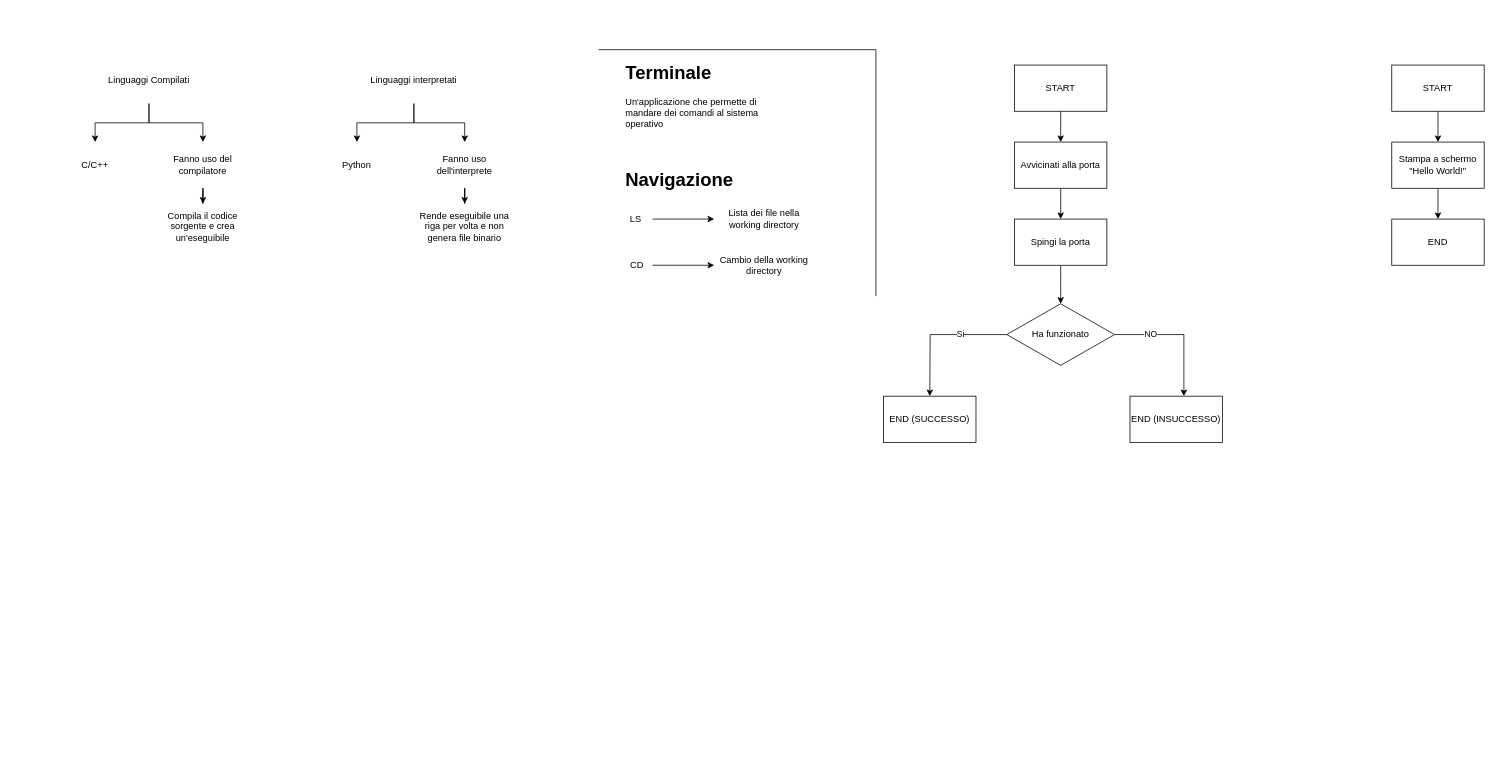
This is C/lezione1/Untitled Diagram.drawio from 2mattialcomputer/tutorial, a draw.io file, before an edit. Source tidied: cells renumbered, new cells numbered last; positions are measured from the earlier drawing's top-left corner, leaving out a move shared by most shapes. Both pictures are drawn from the tidied source at 77%, with x=0, y=0 at pixel (49, 49).
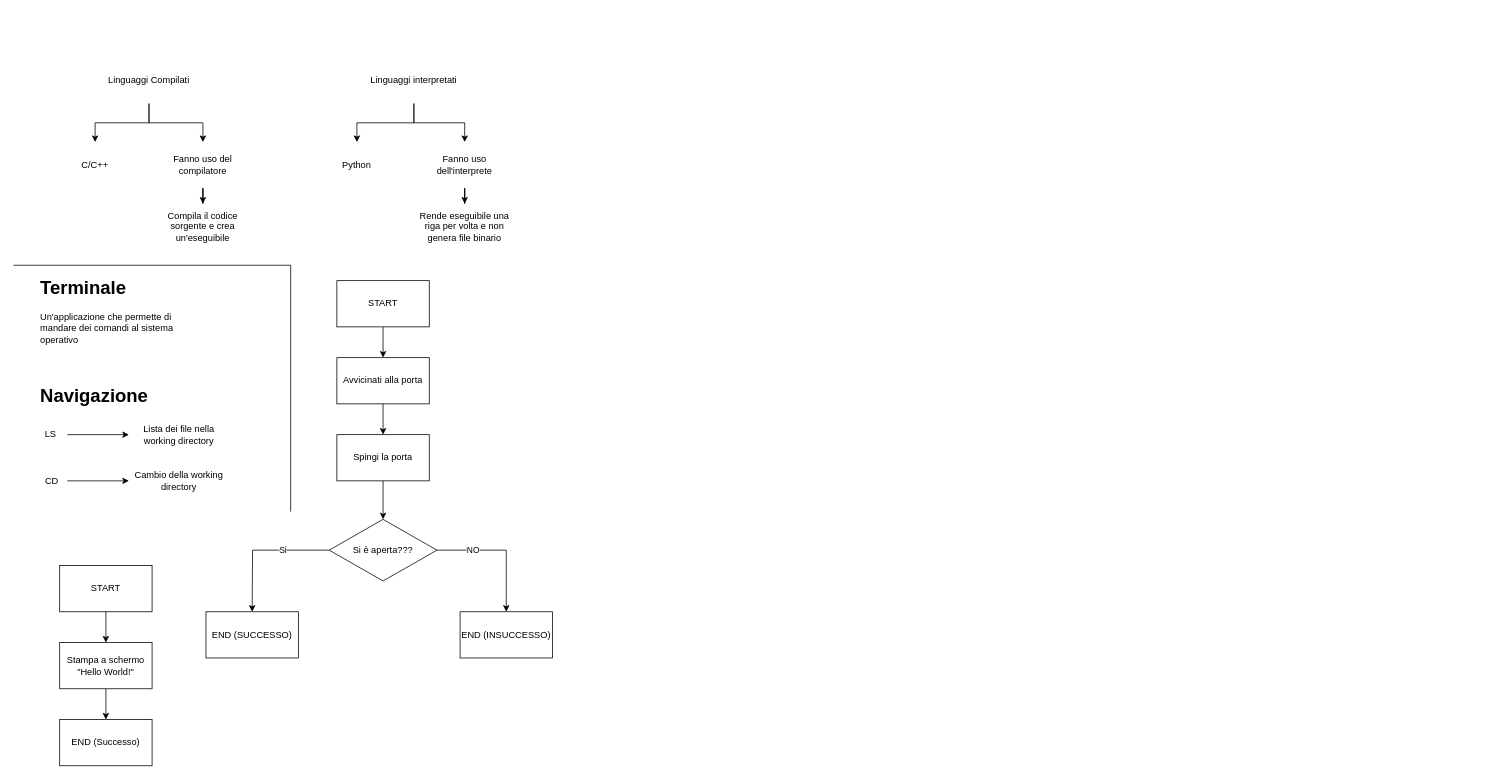
After the change.

The edit, as a diff of the source:
```diff
@@
     <mxCell id="16" value="&lt;h1&gt;Terminale&lt;/h1&gt;&lt;p&gt;Un'applicazione che permette di mandare dei comandi al sistema operativo&lt;/p&gt;" style="text;html=1;strokeColor=none;fillColor=none;spacing=5;spacingTop=-20;whiteSpace=wrap;overflow=hidden;rounded=0;" parent="1" vertex="1">
-      <mxGeometry x="744" y="10" width="190" height="120" as="geometry" />
+      <mxGeometry x="-16" y="290" width="190" height="120" as="geometry" />
     </mxCell>
@@
     <mxCell id="18" value="LS&amp;nbsp;" style="text;html=1;strokeColor=none;fillColor=none;align=center;verticalAlign=middle;whiteSpace=wrap;rounded=0;" parent="1" vertex="1">
-      <mxGeometry x="744" y="210" width="40" height="20" as="geometry" />
+      <mxGeometry x="-16" y="490" width="40" height="20" as="geometry" />
     </mxCell>
     <mxCell id="19" value="Lista dei file nella working directory" style="text;html=1;strokeColor=none;fillColor=none;align=center;verticalAlign=middle;whiteSpace=wrap;rounded=0;" parent="1" vertex="1">
-      <mxGeometry x="864" y="210" width="130" height="20" as="geometry" />
+      <mxGeometry x="104" y="490" width="130" height="20" as="geometry" />
     </mxCell>
@@
     <mxCell id="21" value="CD" style="text;html=1;strokeColor=none;fillColor=none;align=center;verticalAlign=middle;whiteSpace=wrap;rounded=0;" parent="1" vertex="1">
-      <mxGeometry x="744" y="270" width="40" height="20" as="geometry" />
+      <mxGeometry x="-16" y="550" width="40" height="20" as="geometry" />
     </mxCell>
     <mxCell id="22" value="Cambio della working directory" style="text;html=1;strokeColor=none;fillColor=none;align=center;verticalAlign=middle;whiteSpace=wrap;rounded=0;" parent="1" vertex="1">
-      <mxGeometry x="864" y="270" width="130" height="20" as="geometry" />
+      <mxGeometry x="104" y="550" width="130" height="20" as="geometry" />
     </mxCell>
     <mxCell id="23" value="&lt;h1&gt;Navigazione&lt;/h1&gt;" style="text;html=1;strokeColor=none;fillColor=none;spacing=5;spacingTop=-20;whiteSpace=wrap;overflow=hidden;rounded=0;" parent="1" vertex="1">
-      <mxGeometry x="744" y="150" width="190" height="40" as="geometry" />
+      <mxGeometry x="-16" y="430" width="190" height="40" as="geometry" />
     </mxCell>
     <mxCell id="24" style="endArrow=none;html=1;" parent="1" edge="1">
       <mxGeometry relative="1" as="geometry">
-        <mxPoint x="1074" y="320" as="sourcePoint" />
-        <mxPoint x="1074" as="targetPoint" />
+        <mxPoint x="314" y="600" as="sourcePoint" />
+        <mxPoint x="314" y="280" as="targetPoint" />
       </mxGeometry>
     </mxCell>
     <mxCell id="25" style="endArrow=none;html=1;" parent="1" edge="1">
       <mxGeometry relative="1" as="geometry">
-        <mxPoint x="714" as="sourcePoint" />
-        <mxPoint x="1074" as="targetPoint" />
+        <mxPoint x="-46" y="280" as="sourcePoint" />
+        <mxPoint x="314" y="280" as="targetPoint" />
       </mxGeometry>
     </mxCell>
@@
     <mxCell id="27" value="START" style="rounded=0;whiteSpace=wrap;html=1;" parent="1" vertex="1">
-      <mxGeometry x="1254" y="20" width="120" height="60" as="geometry" />
+      <mxGeometry x="374" y="300" width="120" height="60" as="geometry" />
     </mxCell>
@@
     <mxCell id="29" value="Avvicinati alla porta" style="rounded=0;whiteSpace=wrap;html=1;" parent="1" vertex="1">
-      <mxGeometry x="1254" y="120" width="120" height="60" as="geometry" />
+      <mxGeometry x="374" y="400" width="120" height="60" as="geometry" />
     </mxCell>
     <mxCell id="30" style="edgeStyle=orthogonalEdgeStyle;rounded=0;jettySize=auto;html=1;" parent="1" edge="1" source="31">
       <mxGeometry relative="1" as="geometry">
-        <mxPoint x="1314" y="330" as="targetPoint" />
+        <mxPoint x="434" y="610" as="targetPoint" />
       </mxGeometry>
     </mxCell>
     <mxCell id="31" value="Spingi la porta" style="rounded=0;whiteSpace=wrap;html=1;" parent="1" vertex="1">
-      <mxGeometry x="1254" y="220" width="120" height="60" as="geometry" />
+      <mxGeometry x="374" y="500" width="120" height="60" as="geometry" />
     </mxCell>
     <mxCell id="32" value="Si" style="edgeStyle=orthogonalEdgeStyle;rounded=0;jettySize=auto;html=1;" parent="1" edge="1" source="34">
       <mxGeometry x="-0.33" relative="1" as="geometry">
-        <mxPoint x="1144" y="450" as="targetPoint" />
+        <mxPoint x="264" y="730" as="targetPoint" />
       </mxGeometry>
     </mxCell>
-    <mxCell id="33" value="NO" style="edgeStyle=orthogonalEdgeStyle;rounded=0;jettySize=auto;html=1;" parent="1" edge="1" source="34" target="36">
+    <mxCell id="33" value="NO" style="edgeStyle=orthogonalEdgeStyle;rounded=0;jettySize=auto;html=1;" parent="1" edge="1" source="34">
       <mxGeometry x="-0.44" relative="1" as="geometry">
+        <mxPoint x="594" y="730" as="targetPoint" />
         <Array as="points">
-          <mxPoint x="1474" y="370" />
+          <mxPoint x="594" y="650" />
         </Array>
         <mxPoint x="-1" as="offset" />
       </mxGeometry>
     </mxCell>
-    <mxCell id="34" value="Ha funzionato" style="rhombus;whiteSpace=wrap;html=1;" parent="1" vertex="1">
-      <mxGeometry x="1244" y="330" width="140" height="80" as="geometry" />
+    <mxCell id="34" value="Si è aperta???" style="rhombus;whiteSpace=wrap;html=1;" parent="1" vertex="1">
+      <mxGeometry x="364" y="610" width="140" height="80" as="geometry" />
     </mxCell>
     <mxCell id="35" value="END (SUCCESSO)" style="rounded=0;whiteSpace=wrap;html=1;" parent="1" vertex="1">
-      <mxGeometry x="1084" y="450" width="120" height="60" as="geometry" />
+      <mxGeometry x="204" y="730" width="120" height="60" as="geometry" />
     </mxCell>
     <mxCell id="36" value="END (INSUCCESSO)" style="rounded=0;whiteSpace=wrap;html=1;" parent="1" vertex="1">
-      <mxGeometry x="1404" y="450" width="120" height="60" as="geometry" />
+      <mxGeometry x="534" y="730" width="120" height="60" as="geometry" />
     </mxCell>
@@
     <mxCell id="38" value="START" style="rounded=0;whiteSpace=wrap;html=1;" parent="1" vertex="1">
-      <mxGeometry x="1744" y="20" width="120" height="60" as="geometry" />
+      <mxGeometry x="14" y="670" width="120" height="60" as="geometry" />
     </mxCell>
@@
     <mxCell id="40" value="Stampa a schermo &quot;Hello World!&quot;" style="rounded=0;whiteSpace=wrap;html=1;" parent="1" vertex="1">
-      <mxGeometry x="1744" y="120" width="120" height="60" as="geometry" />
+      <mxGeometry x="14" y="770" width="120" height="60" as="geometry" />
     </mxCell>
-    <mxCell id="41" value="END" style="rounded=0;whiteSpace=wrap;html=1;" parent="1" vertex="1">
-      <mxGeometry x="1744" y="220" width="120" height="60" as="geometry" />
+    <mxCell id="41" value="END (Successo)" style="rounded=0;whiteSpace=wrap;html=1;" parent="1" vertex="1">
+      <mxGeometry x="14" y="870" width="120" height="60" as="geometry" />
     </mxCell>
+    <mxCell id="42" style="edgeStyle=orthogonalEdgeStyle;rounded=0;orthogonalLoop=1;jettySize=auto;html=1;exitX=0.5;exitY=1;exitDx=0;exitDy=0;" parent="1" edge="1">
+      <mxGeometry relative="1" as="geometry">
+        <mxPoint x="-11" y="-40" as="sourcePoint" />
+        <mxPoint x="-11" y="-40" as="targetPoint" />
+      </mxGeometry>
+    </mxCell>
```
